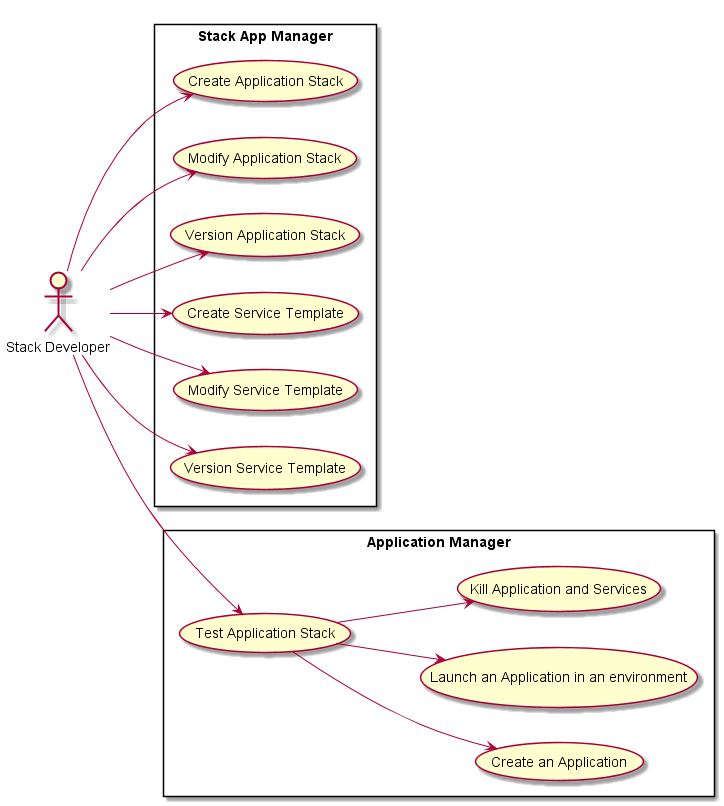
Above: docs/Actors/StackDeveloper/UseCases.png in CAADE/C3 (PlantUML), before the change.
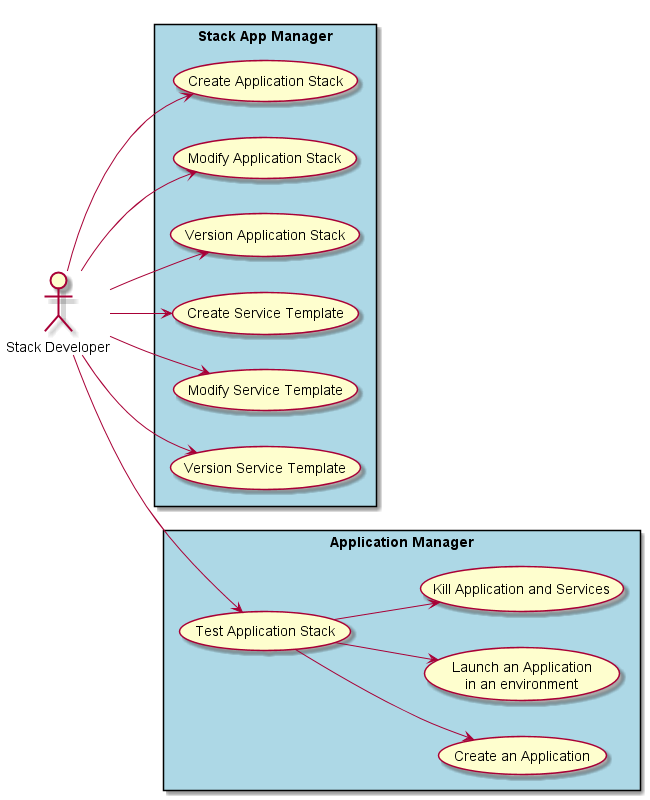
After the commit.

Change to the diagram source:
```diff
@@ -4,7 +4,7 @@
 :Stack Developer: as Admin
 
 
-rectangle "Stack App Manager" {
+rectangle "Stack App Manager" #lightblue {
   Admin --> (Create Application Stack)
   Admin --> (Modify Application Stack)
   Admin --> (Version Application Stack)
@@ -13,10 +13,10 @@
   Admin --> (Version Service Template)
 }
 
-rectangle "Application Manager" {
+rectangle "Application Manager" #lightblue  {
   Admin --> (Test Application Stack)
   (Test Application Stack) --> (Create an Application)
-  (Test Application Stack) --> (Launch an Application in an environment)
+  (Test Application Stack) --> (Launch an Application\nin an environment)
   (Test Application Stack) --> (Kill Application and Services)
 }
 
```
